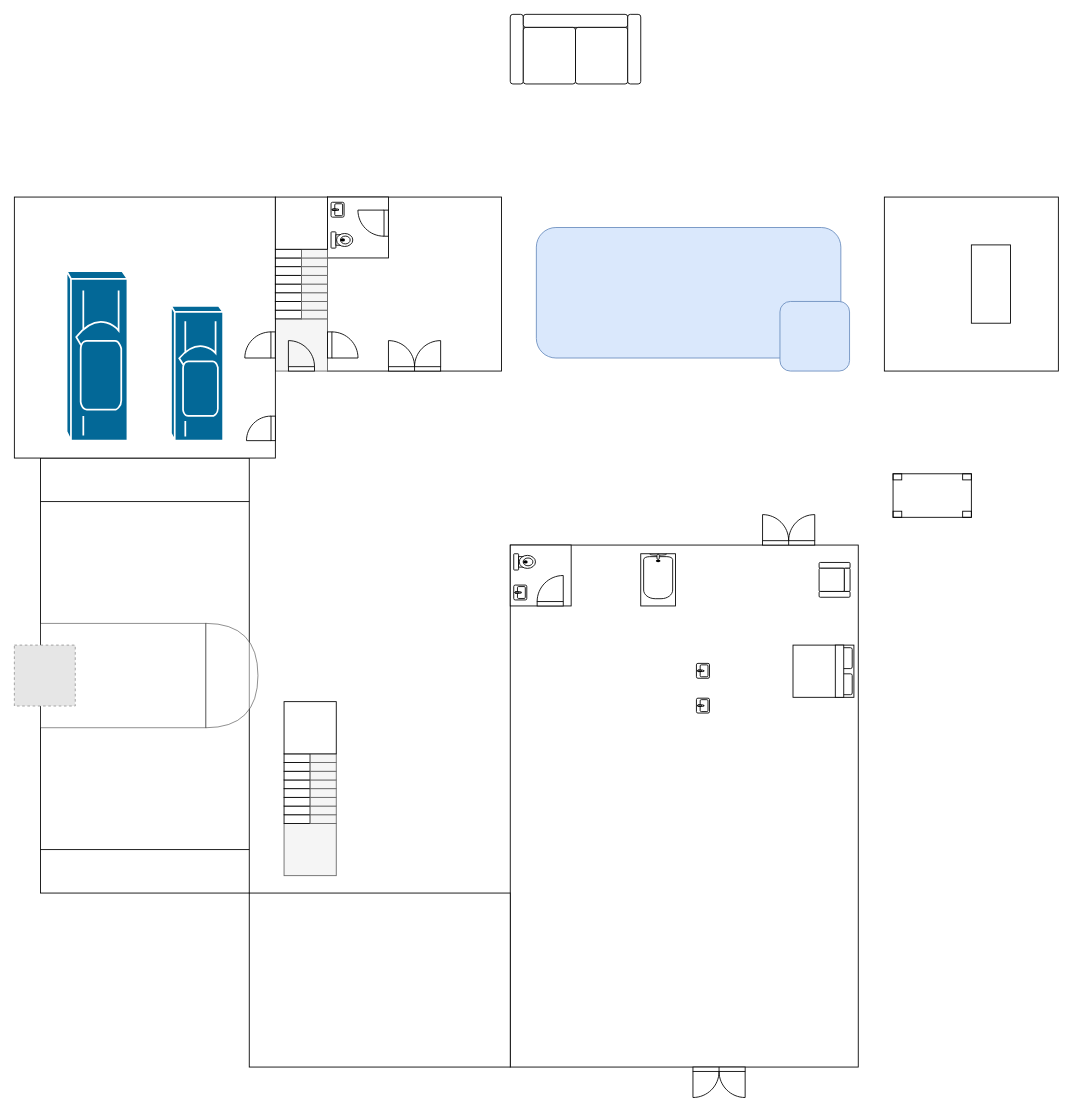
Before: House Design.drawio in hikumealan/draw-io-diagrams, a draw.io diagram. Source tidied: cells renumbered, new cells numbered last; positions are measured from the earlier drawing's top-left corner, leaving out a move shared by most shapes. Both pictures are drawn from the tidied source at 87%, with x=0, y=0 at pixel (14, 14). Pictures stored in the file or linked from it are replaced by grey dashed boxes.
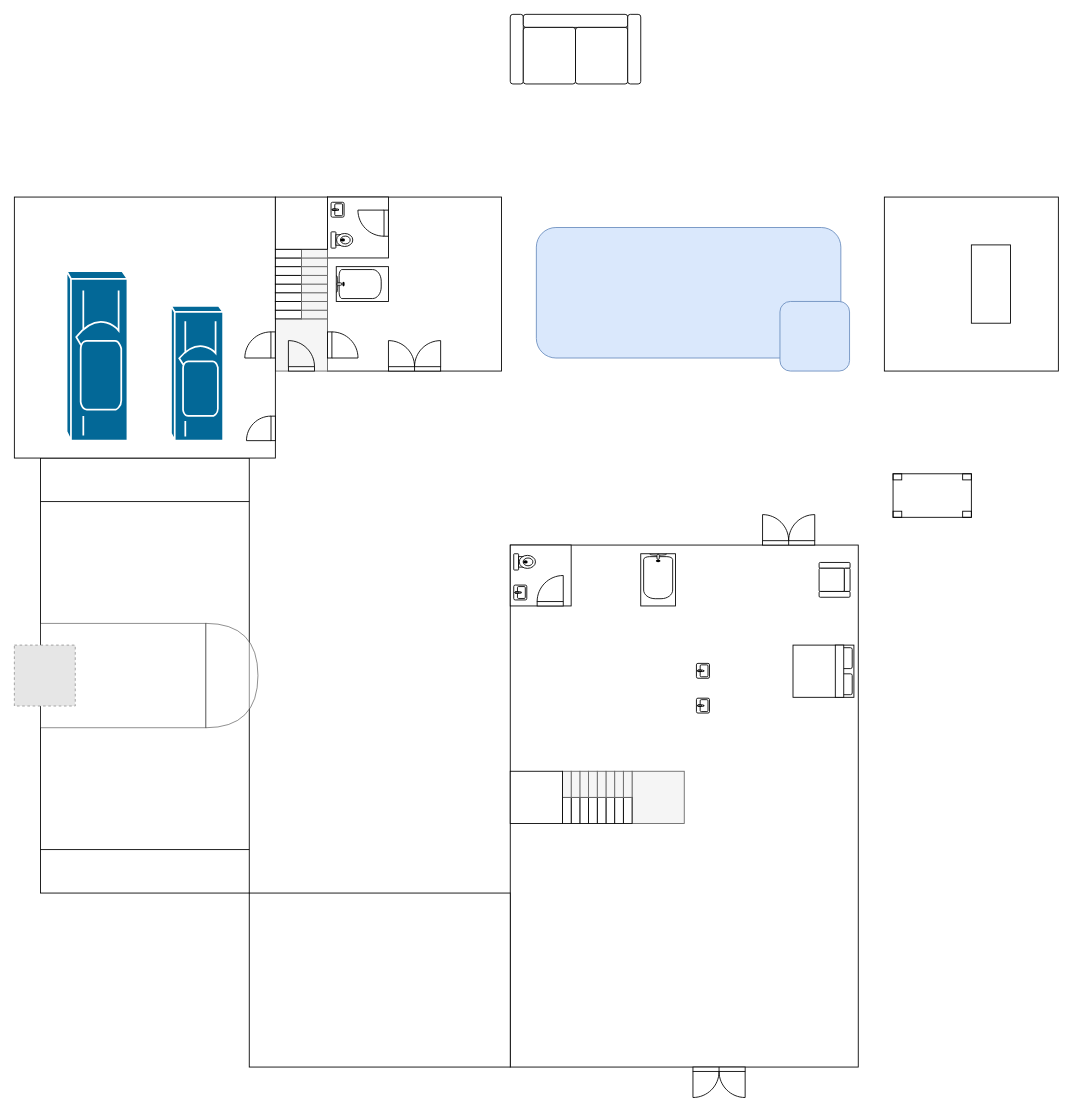
The same page after the edit.

Diff of the diagram source:
```diff
@@
-    <mxCell id="56" style="group;" parent="1" vertex="1">
-      <mxGeometry x="310" y="790" width="60" height="200" as="geometry" />
-    </mxCell>
+    <mxCell id="75" style="verticalLabelPosition=bottom;html=1;verticalAlign=top;align=center;shape=mxgraph.floorplan.doorDouble;sketch=0;flipV=1;" parent="1" vertex="1">
+      <mxGeometry x="430" y="378.1" width="60" height="31.9" as="geometry" />
+    </mxCell>
+    <mxCell id="76" style="verticalLabelPosition=bottom;html=1;verticalAlign=top;align=center;shape=mxgraph.floorplan.bathtub;sketch=0;direction=east;" parent="1" vertex="1">
+      <mxGeometry x="370" y="290" width="60" height="40" as="geometry" />
+    </mxCell>
-    <mxCell id="57" style="rounded=0;whiteSpace=wrap;html=1;sketch=0;fillColor=#f5f5f5;fontColor=#333333;strokeColor=#666666;" parent="56" vertex="1">
-      <mxGeometry y="140" width="60" height="60" as="geometry" />
+    <mxCell id="57" style="rounded=0;whiteSpace=wrap;html=1;sketch=0;fillColor=#f5f5f5;fontColor=#333333;strokeColor=#666666;direction=south;" parent="1" vertex="1">
+      <mxGeometry x="710" y="870" width="60" height="60" as="geometry" />
     </mxCell>
-    <mxCell id="58" style="rounded=0;whiteSpace=wrap;html=1;sketch=0;" parent="56" vertex="1">
-      <mxGeometry y="130" width="30" height="10" as="geometry" />
+    <mxCell id="58" style="rounded=0;whiteSpace=wrap;html=1;sketch=0;direction=south;" parent="1" vertex="1">
+      <mxGeometry x="700" y="900" width="10" height="30" as="geometry" />
     </mxCell>
-    <mxCell id="59" style="rounded=0;whiteSpace=wrap;html=1;sketch=0;" parent="56" vertex="1">
-      <mxGeometry y="120" width="30" height="10" as="geometry" />
+    <mxCell id="59" style="rounded=0;whiteSpace=wrap;html=1;sketch=0;direction=south;" parent="1" vertex="1">
+      <mxGeometry x="690" y="900" width="10" height="30" as="geometry" />
     </mxCell>
-    <mxCell id="60" style="rounded=0;whiteSpace=wrap;html=1;sketch=0;" parent="56" vertex="1">
-      <mxGeometry y="110" width="30" height="10" as="geometry" />
+    <mxCell id="60" style="rounded=0;whiteSpace=wrap;html=1;sketch=0;direction=south;" parent="1" vertex="1">
+      <mxGeometry x="680" y="900" width="10" height="30" as="geometry" />
     </mxCell>
-    <mxCell id="61" style="rounded=0;whiteSpace=wrap;html=1;sketch=0;" parent="56" vertex="1">
-      <mxGeometry y="100" width="30" height="10" as="geometry" />
+    <mxCell id="61" style="rounded=0;whiteSpace=wrap;html=1;sketch=0;direction=south;" parent="1" vertex="1">
+      <mxGeometry x="670" y="900" width="10" height="30" as="geometry" />
     </mxCell>
-    <mxCell id="62" style="rounded=0;whiteSpace=wrap;html=1;sketch=0;" parent="56" vertex="1">
-      <mxGeometry y="90" width="30" height="10" as="geometry" />
+    <mxCell id="62" style="rounded=0;whiteSpace=wrap;html=1;sketch=0;direction=south;" parent="1" vertex="1">
+      <mxGeometry x="660" y="900" width="10" height="30" as="geometry" />
     </mxCell>
-    <mxCell id="63" style="rounded=0;whiteSpace=wrap;html=1;sketch=0;" parent="56" vertex="1">
-      <mxGeometry y="80" width="30" height="10" as="geometry" />
+    <mxCell id="63" style="rounded=0;whiteSpace=wrap;html=1;sketch=0;direction=south;" parent="1" vertex="1">
+      <mxGeometry x="650" y="900" width="10" height="30" as="geometry" />
     </mxCell>
-    <mxCell id="64" style="rounded=0;whiteSpace=wrap;html=1;sketch=0;" parent="56" vertex="1">
-      <mxGeometry y="70" width="30" height="10" as="geometry" />
+    <mxCell id="64" style="rounded=0;whiteSpace=wrap;html=1;sketch=0;direction=south;" parent="1" vertex="1">
+      <mxGeometry x="640" y="900" width="10" height="30" as="geometry" />
     </mxCell>
-    <mxCell id="65" style="rounded=0;whiteSpace=wrap;html=1;sketch=0;" parent="56" vertex="1">
-      <mxGeometry y="60" width="30" height="10" as="geometry" />
+    <mxCell id="65" style="rounded=0;whiteSpace=wrap;html=1;sketch=0;direction=south;" parent="1" vertex="1">
+      <mxGeometry x="630" y="900" width="10" height="30" as="geometry" />
     </mxCell>
-    <mxCell id="66" style="rounded=0;whiteSpace=wrap;html=1;sketch=0;fillColor=#f5f5f5;fontColor=#333333;strokeColor=#666666;" parent="56" vertex="1">
-      <mxGeometry x="30" y="130" width="30" height="10" as="geometry" />
+    <mxCell id="66" style="rounded=0;whiteSpace=wrap;html=1;sketch=0;fillColor=#f5f5f5;fontColor=#333333;strokeColor=#666666;direction=south;" parent="1" vertex="1">
+      <mxGeometry x="700" y="870" width="10" height="30" as="geometry" />
     </mxCell>
-    <mxCell id="67" style="rounded=0;whiteSpace=wrap;html=1;sketch=0;fillColor=#f5f5f5;fontColor=#333333;strokeColor=#666666;" parent="56" vertex="1">
-      <mxGeometry x="30" y="120" width="30" height="10" as="geometry" />
+    <mxCell id="67" style="rounded=0;whiteSpace=wrap;html=1;sketch=0;fillColor=#f5f5f5;fontColor=#333333;strokeColor=#666666;direction=south;" parent="1" vertex="1">
+      <mxGeometry x="690" y="870" width="10" height="30" as="geometry" />
     </mxCell>
-    <mxCell id="68" style="rounded=0;whiteSpace=wrap;html=1;sketch=0;fillColor=#f5f5f5;fontColor=#333333;strokeColor=#666666;" parent="56" vertex="1">
-      <mxGeometry x="30" y="110" width="30" height="10" as="geometry" />
+    <mxCell id="68" style="rounded=0;whiteSpace=wrap;html=1;sketch=0;fillColor=#f5f5f5;fontColor=#333333;strokeColor=#666666;direction=south;" parent="1" vertex="1">
+      <mxGeometry x="680" y="870" width="10" height="30" as="geometry" />
     </mxCell>
-    <mxCell id="69" style="rounded=0;whiteSpace=wrap;html=1;sketch=0;fillColor=#f5f5f5;fontColor=#333333;strokeColor=#666666;" parent="56" vertex="1">
-      <mxGeometry x="30" y="100" width="30" height="10" as="geometry" />
+    <mxCell id="69" style="rounded=0;whiteSpace=wrap;html=1;sketch=0;fillColor=#f5f5f5;fontColor=#333333;strokeColor=#666666;direction=south;" parent="1" vertex="1">
+      <mxGeometry x="670" y="870" width="10" height="30" as="geometry" />
     </mxCell>
-    <mxCell id="70" style="rounded=0;whiteSpace=wrap;html=1;sketch=0;fillColor=#f5f5f5;fontColor=#333333;strokeColor=#666666;" parent="56" vertex="1">
-      <mxGeometry x="30" y="90" width="30" height="10" as="geometry" />
+    <mxCell id="70" style="rounded=0;whiteSpace=wrap;html=1;sketch=0;fillColor=#f5f5f5;fontColor=#333333;strokeColor=#666666;direction=south;" parent="1" vertex="1">
+      <mxGeometry x="660" y="870" width="10" height="30" as="geometry" />
     </mxCell>
-    <mxCell id="71" style="rounded=0;whiteSpace=wrap;html=1;sketch=0;fillColor=#f5f5f5;fontColor=#333333;strokeColor=#666666;" parent="56" vertex="1">
-      <mxGeometry x="30" y="80" width="30" height="10" as="geometry" />
+    <mxCell id="71" style="rounded=0;whiteSpace=wrap;html=1;sketch=0;fillColor=#f5f5f5;fontColor=#333333;strokeColor=#666666;direction=south;" parent="1" vertex="1">
+      <mxGeometry x="650" y="870" width="10" height="30" as="geometry" />
     </mxCell>
-    <mxCell id="72" style="rounded=0;whiteSpace=wrap;html=1;sketch=0;fillColor=#f5f5f5;fontColor=#333333;strokeColor=#666666;" parent="56" vertex="1">
-      <mxGeometry x="30" y="70" width="30" height="10" as="geometry" />
+    <mxCell id="72" style="rounded=0;whiteSpace=wrap;html=1;sketch=0;fillColor=#f5f5f5;fontColor=#333333;strokeColor=#666666;direction=south;" parent="1" vertex="1">
+      <mxGeometry x="640" y="870" width="10" height="30" as="geometry" />
     </mxCell>
-    <mxCell id="73" style="rounded=0;whiteSpace=wrap;html=1;sketch=0;fillColor=#f5f5f5;fontColor=#333333;strokeColor=#666666;" parent="56" vertex="1">
-      <mxGeometry x="30" y="60" width="30" height="10" as="geometry" />
+    <mxCell id="73" style="rounded=0;whiteSpace=wrap;html=1;sketch=0;fillColor=#f5f5f5;fontColor=#333333;strokeColor=#666666;direction=south;" parent="1" vertex="1">
+      <mxGeometry x="630" y="870" width="10" height="30" as="geometry" />
     </mxCell>
-    <mxCell id="74" style="rounded=0;whiteSpace=wrap;html=1;sketch=0;" parent="56" vertex="1">
-      <mxGeometry width="60" height="60" as="geometry" />
+    <mxCell id="74" style="rounded=0;whiteSpace=wrap;html=1;sketch=0;direction=south;" parent="1" vertex="1">
+      <mxGeometry x="570" y="870" width="60" height="60" as="geometry" />
     </mxCell>
-    <mxCell id="75" style="verticalLabelPosition=bottom;html=1;verticalAlign=top;align=center;shape=mxgraph.floorplan.doorDouble;sketch=0;flipV=1;" parent="1" vertex="1">
-      <mxGeometry x="430" y="378.1" width="60" height="31.9" as="geometry" />
-    </mxCell>
```
